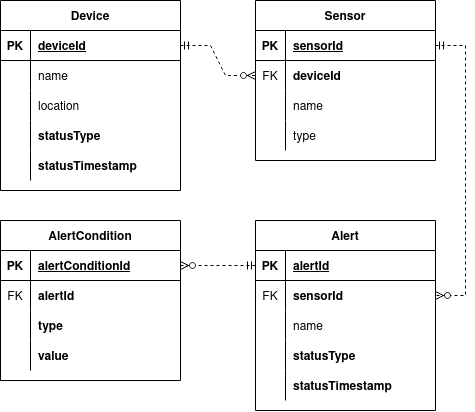
This is erd.drawio.png from Calvinxc1/MQTT_device_manager, a draw.io export, as it was before one commit. Source tidied: cells renumbered, new cells last; positions are measured from the earlier drawing's top-left corner, leaving out a move shared by most shapes.
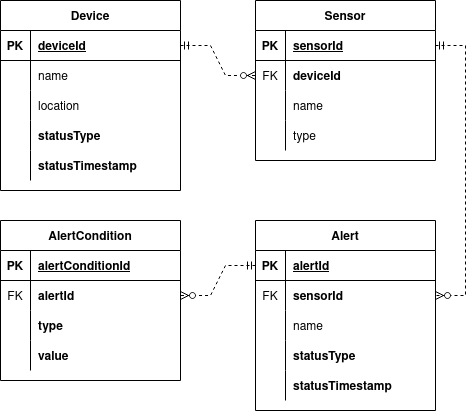
After the commit.

Commit message:
Fixed ERD error

What changed in the source:
```diff
@@ -182,7 +182,7 @@
     <mxCell id="61" style="edgeStyle=entityRelationEdgeStyle;fontSize=12;html=1;endArrow=ERzeroToMany;startArrow=ERmandOne;rounded=0;dashed=1;" parent="1" edge="1" source="19" target="35">
       <mxGeometry relative="1" as="geometry" />
     </mxCell>
-    <mxCell id="62" style="edgeStyle=entityRelationEdgeStyle;fontSize=12;html=1;endArrow=ERzeroToMany;startArrow=ERmandOne;rounded=0;dashed=1;" parent="1" edge="1" source="32" target="48">
+    <mxCell id="62" style="edgeStyle=entityRelationEdgeStyle;fontSize=12;html=1;endArrow=ERzeroToMany;startArrow=ERmandOne;rounded=0;dashed=1;" parent="1" edge="1" source="32" target="51">
       <mxGeometry relative="1" as="geometry" />
     </mxCell>
   </root>
```
